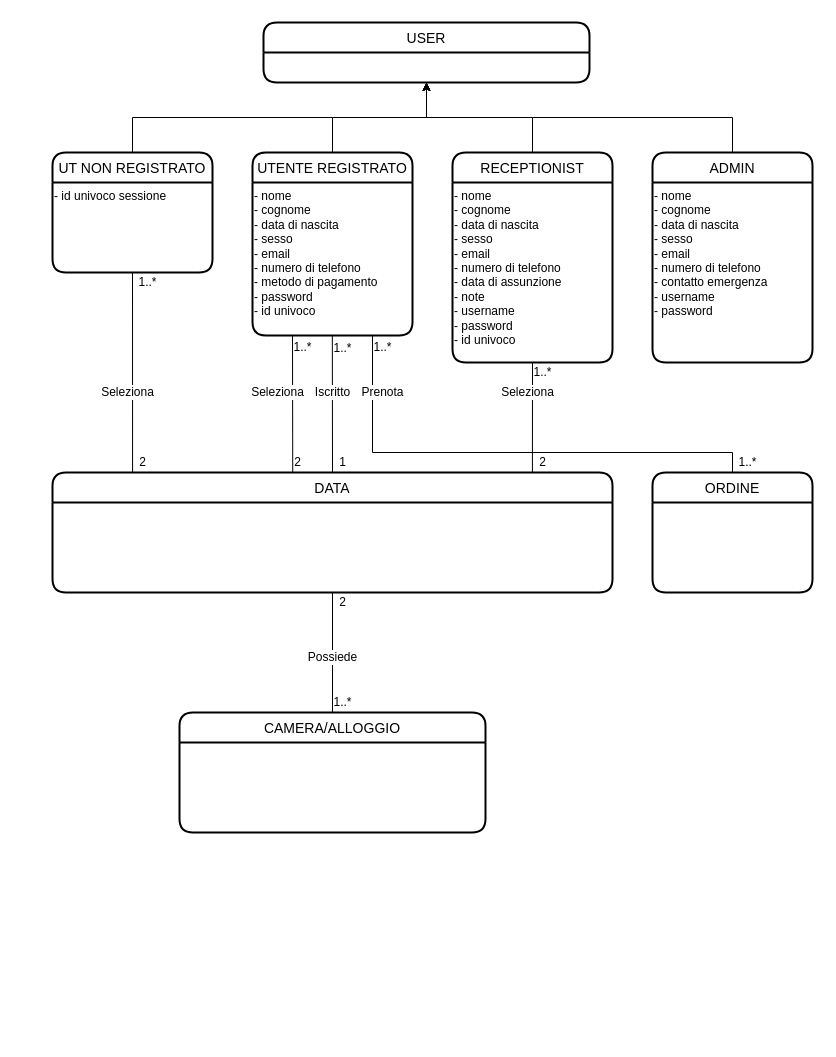
The draw.io diagram Documentazione/ModelloConcettuale2.drawio in riccardobeniamino/ProgWebGruppo3, before the edit. Source tidied: cells renumbered, new cells numbered last; positions are measured from the earlier drawing's top-left corner, leaving out a move shared by most shapes. Both pictures are drawn from the tidied source at 100%, with x=0, y=0 at pixel (52, 22).
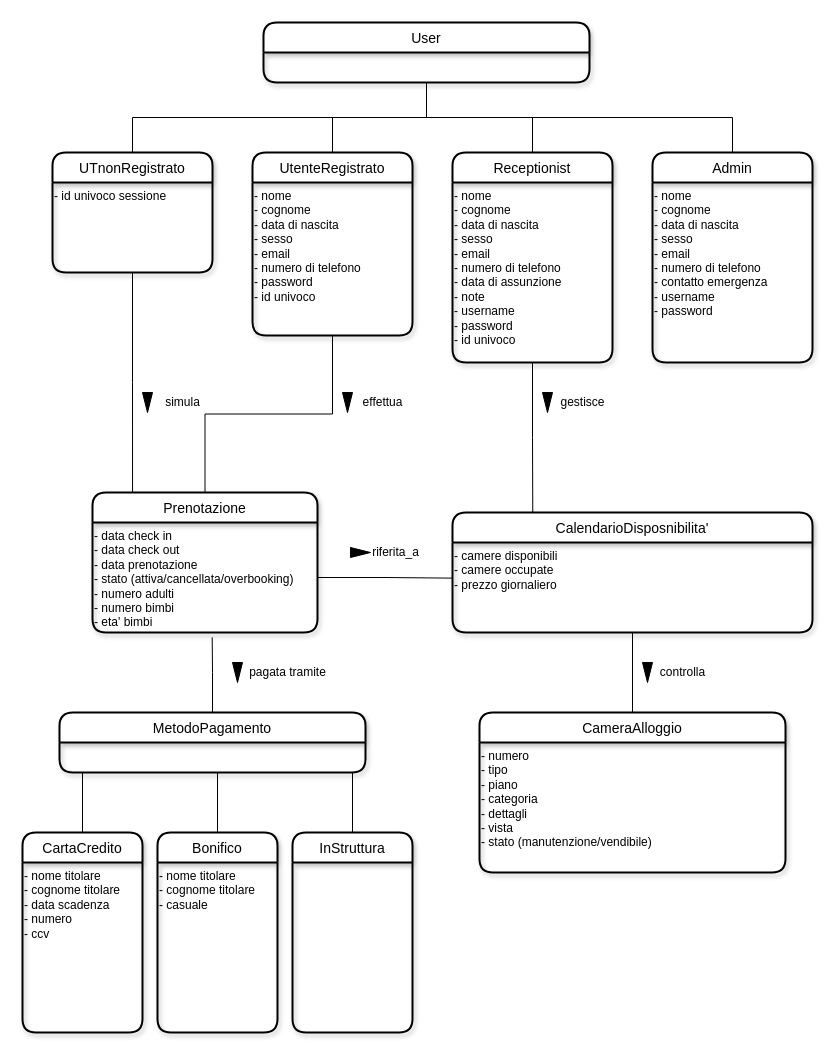
Above is the later version.

Unchanged cells that the change refers to:
```xml
<mxCell id="6" value="- id univoco sessione" style="text;html=1;align=left;verticalAlign=top;points=[];strokeColor=none;fillColor=none;shadow=0;" parent="5" vertex="1">
  <mxGeometry y="30" width="160" height="90" as="geometry" />
</mxCell>
<mxCell id="15" value="- nome&lt;br&gt;- cognome&lt;br&gt;- data di nascita&lt;br&gt;- sesso&lt;br&gt;- email&lt;br&gt;- numero di telefono&lt;br&gt;- data di assunzione&lt;br&gt;- note&lt;br&gt;- username&lt;br&gt;- password&lt;br&gt;- id univoco" style="text;html=1;align=left;verticalAlign=top;points=[];strokeColor=none;fillColor=none;" parent="14" vertex="1">
  <mxGeometry y="30" width="160" height="180" as="geometry" />
</mxCell>
```

What changed in the source:
```diff
@@
+    <mxCell id="44" style="edgeStyle=orthogonalEdgeStyle;rounded=0;jettySize=auto;html=1;exitX=0.5;exitY=1;exitDx=0;exitDy=0;entryX=0.5;entryY=0;entryDx=0;entryDy=0;endArrow=none;endFill=0;" parent="1" edge="1" source="2" target="5">
+      <mxGeometry relative="1" as="geometry" />
+    </mxCell>
-    <mxCell id="2" value="USER" style="swimlane;horizontal=1;startSize=30;rounded=1;fontSize=14;fontStyle=0;strokeWidth=2;shadow=0;dashed=0;align=center;gradientColor=none;" parent="1" vertex="1">
+    <mxCell id="2" value="User" style="swimlane;horizontal=1;startSize=30;rounded=1;fontSize=14;fontStyle=0;strokeWidth=2;shadow=1;dashed=0;align=center;gradientColor=none;" parent="1" vertex="1">
       <mxGeometry x="211" width="326" height="60" as="geometry" />
     </mxCell>
-    <mxCell id="3" style="edgeStyle=orthogonalEdgeStyle;rounded=0;jettySize=auto;html=1;exitX=0.5;exitY=0;exitDx=0;exitDy=0;entryX=0.5;entryY=1;entryDx=0;entryDy=0;" parent="1" edge="1" source="5" target="2">
-      <mxGeometry relative="1" as="geometry" />
-    </mxCell>
-    <mxCell id="4" style="edgeStyle=none;rounded=0;jettySize=auto;html=1;exitX=0.5;exitY=1;exitDx=0;exitDy=0;entryX=0.143;entryY=0;entryDx=0;entryDy=0;entryPerimeter=0;endArrow=none;endFill=0;" parent="1" edge="1" source="5" target="21">
-      <mxGeometry relative="1" as="geometry" />
-    </mxCell>
-    <mxCell id="5" value="UT NON REGISTRATO" style="swimlane;horizontal=1;startSize=30;rounded=1;fontSize=14;fontStyle=0;strokeWidth=2;shadow=0;dashed=0;align=center;gradientColor=none;" parent="1" vertex="1">
+    <mxCell id="5" value="UTnonRegistrato" style="swimlane;horizontal=1;startSize=30;rounded=1;fontSize=14;fontStyle=0;strokeWidth=2;shadow=1;dashed=0;align=center;gradientColor=none;" parent="1" vertex="1">
       <mxGeometry y="130" width="160" height="120" as="geometry" />
     </mxCell>
@@
-    <mxCell id="7" style="edgeStyle=orthogonalEdgeStyle;rounded=0;jettySize=auto;html=1;exitX=0.5;exitY=0;exitDx=0;exitDy=0;entryX=0.5;entryY=1;entryDx=0;entryDy=0;" parent="1" edge="1" source="10" target="2">
+    <mxCell id="7" style="edgeStyle=orthogonalEdgeStyle;rounded=0;jettySize=auto;html=1;exitX=0.5;exitY=0;exitDx=0;exitDy=0;entryX=0.5;entryY=1;entryDx=0;entryDy=0;endArrow=none;endFill=0;" parent="1" edge="1" source="10" target="2">
       <mxGeometry relative="1" as="geometry" />
     </mxCell>
-    <mxCell id="8" style="edgeStyle=none;rounded=0;jettySize=auto;html=1;exitX=0.25;exitY=1;exitDx=0;exitDy=0;entryX=0.429;entryY=0.013;entryDx=0;entryDy=0;entryPerimeter=0;endArrow=none;endFill=0;" parent="1" edge="1" source="10" target="21">
-      <mxGeometry relative="1" as="geometry" />
-    </mxCell>
-    <mxCell id="9" style="edgeStyle=none;rounded=0;jettySize=auto;html=1;exitX=0.499;exitY=1.003;exitDx=0;exitDy=0;entryX=0.5;entryY=0;entryDx=0;entryDy=0;endArrow=none;endFill=0;startArrow=none;exitPerimeter=0;" parent="1" edge="1" source="11" target="21">
-      <mxGeometry relative="1" as="geometry" />
-    </mxCell>
-    <mxCell id="10" value="UTENTE REGISTRATO" style="swimlane;horizontal=1;startSize=30;rounded=1;fontSize=14;fontStyle=0;strokeWidth=2;shadow=0;dashed=0;align=center;gradientColor=none;" parent="1" vertex="1">
+    <mxCell id="10" value="UtenteRegistrato" style="swimlane;horizontal=1;startSize=30;rounded=1;fontSize=14;fontStyle=0;strokeWidth=2;shadow=1;dashed=0;align=center;gradientColor=none;" parent="1" vertex="1">
       <mxGeometry x="200" y="130" width="160" height="183" as="geometry" />
     </mxCell>
-    <mxCell id="11" value="- nome&lt;br&gt;- cognome&lt;br&gt;- data di nascita&lt;br&gt;- sesso&lt;br&gt;- email&lt;br&gt;- numero di telefono&lt;br&gt;- metodo di pagamento&lt;br&gt;- password&lt;br&gt;- id univoco&lt;br&gt;&lt;div&gt;&lt;br&gt;&lt;/div&gt;" style="text;html=1;align=left;verticalAlign=top;points=[];strokeColor=none;fillColor=none;" parent="10" vertex="1">
+    <mxCell id="11" value="- nome&lt;br&gt;- cognome&lt;br&gt;- data di nascita&lt;br&gt;- sesso&lt;br&gt;- email&lt;br&gt;- numero di telefono&lt;br&gt;- password&lt;br&gt;- id univoco&lt;br&gt;&lt;div&gt;&lt;br&gt;&lt;/div&gt;" style="text;html=1;align=left;verticalAlign=top;points=[];strokeColor=none;fillColor=none;" parent="10" vertex="1">
       <mxGeometry y="30" width="160" height="153" as="geometry" />
     </mxCell>
-    <mxCell id="12" style="edgeStyle=orthogonalEdgeStyle;rounded=0;jettySize=auto;html=1;exitX=0.5;exitY=0;exitDx=0;exitDy=0;entryX=0.5;entryY=1;entryDx=0;entryDy=0;" parent="1" edge="1" source="14" target="2">
+    <mxCell id="12" style="edgeStyle=orthogonalEdgeStyle;rounded=0;jettySize=auto;html=1;exitX=0.5;exitY=0;exitDx=0;exitDy=0;entryX=0.5;entryY=1;entryDx=0;entryDy=0;endArrow=none;endFill=0;" parent="1" edge="1" source="14" target="2">
       <mxGeometry relative="1" as="geometry" />
     </mxCell>
-    <mxCell id="13" style="edgeStyle=none;rounded=0;jettySize=auto;html=1;exitX=0.5;exitY=1;exitDx=0;exitDy=0;entryX=0.857;entryY=0;entryDx=0;entryDy=0;entryPerimeter=0;endArrow=none;endFill=0;" parent="1" edge="1" source="14" target="21">
-      <mxGeometry relative="1" as="geometry" />
-    </mxCell>
-    <mxCell id="14" value="RECEPTIONIST" style="swimlane;horizontal=1;startSize=30;rounded=1;fontSize=14;fontStyle=0;strokeWidth=2;shadow=0;dashed=0;align=center;gradientColor=none;" parent="1" vertex="1">
+    <mxCell id="14" value="Receptionist" style="swimlane;horizontal=1;startSize=30;rounded=1;fontSize=14;fontStyle=0;strokeWidth=2;shadow=1;dashed=0;align=center;gradientColor=none;" parent="1" vertex="1">
       <mxGeometry x="400" y="130" width="160" height="210" as="geometry" />
     </mxCell>
@@
-    <mxCell id="16" style="edgeStyle=orthogonalEdgeStyle;rounded=0;jettySize=auto;html=1;exitX=0.5;exitY=0;exitDx=0;exitDy=0;entryX=0.5;entryY=1;entryDx=0;entryDy=0;" parent="1" edge="1" source="17" target="2">
+    <mxCell id="16" style="edgeStyle=orthogonalEdgeStyle;rounded=0;jettySize=auto;html=1;exitX=0.5;exitY=0;exitDx=0;exitDy=0;entryX=0.5;entryY=1;entryDx=0;entryDy=0;endArrow=none;endFill=0;" parent="1" edge="1" source="17" target="2">
       <mxGeometry relative="1" as="geometry" />
     </mxCell>
-    <mxCell id="17" value="ADMIN" style="swimlane;horizontal=1;startSize=30;rounded=1;fontSize=14;fontStyle=0;strokeWidth=2;shadow=0;dashed=0;align=center;gradientColor=none;" parent="1" vertex="1">
+    <mxCell id="17" value="Admin" style="swimlane;horizontal=1;startSize=30;rounded=1;fontSize=14;fontStyle=0;strokeWidth=2;shadow=1;dashed=0;align=center;gradientColor=none;" parent="1" vertex="1">
       <mxGeometry x="600" y="130" width="160" height="210" as="geometry" />
     </mxCell>
@@
-    <mxCell id="19" value="CAMERA/ALLOGGIO" style="swimlane;horizontal=1;startSize=30;rounded=1;fontSize=14;fontStyle=0;strokeWidth=2;shadow=0;dashed=0;align=center;gradientColor=none;" parent="1" vertex="1">
-      <mxGeometry x="127" y="690" width="306" height="120" as="geometry" />
+    <mxCell id="19" value="CameraAlloggio" style="swimlane;horizontal=1;startSize=30;rounded=1;fontSize=14;fontStyle=0;strokeWidth=2;shadow=1;dashed=0;align=center;gradientColor=none;" parent="1" vertex="1">
+      <mxGeometry x="427" y="690" width="306" height="160" as="geometry" />
     </mxCell>
+    <mxCell id="45" value="- numero&lt;br&gt;- tipo&amp;nbsp;&lt;br&gt;- piano&lt;br&gt;- categoria&lt;br&gt;- dettagli&lt;br&gt;- vista&lt;br&gt;- stato (manutenzione/vendibile)" style="text;html=1;align=left;verticalAlign=top;strokeColor=none;fillColor=none;" parent="19" vertex="1">
+      <mxGeometry y="30" width="306" height="130" as="geometry" />
+    </mxCell>
-    <mxCell id="20" style="edgeStyle=none;rounded=0;jettySize=auto;html=1;exitX=0.5;exitY=1;exitDx=0;exitDy=0;entryX=0.5;entryY=0;entryDx=0;entryDy=0;endArrow=none;endFill=0;" parent="1" edge="1" source="21" target="19">
+    <mxCell id="20" style="edgeStyle=orthogonalEdgeStyle;rounded=0;jettySize=auto;html=1;entryX=0.5;entryY=0;entryDx=0;entryDy=0;endArrow=none;endFill=0;" parent="1" edge="1" source="21" target="19">
       <mxGeometry relative="1" as="geometry" />
     </mxCell>
-    <mxCell id="21" value="DATA" style="swimlane;horizontal=1;startSize=30;rounded=1;fontSize=14;fontStyle=0;strokeWidth=2;shadow=0;dashed=0;align=center;gradientColor=none;" parent="1" vertex="1">
-      <mxGeometry y="450" width="560" height="120" as="geometry" />
+    <mxCell id="21" value="CalendarioDisposnibilita'" style="swimlane;horizontal=1;startSize=30;rounded=1;fontSize=14;fontStyle=0;strokeWidth=2;shadow=1;dashed=0;align=center;gradientColor=none;" parent="1" vertex="1">
+      <mxGeometry x="400" y="490" width="360" height="120" as="geometry" />
     </mxCell>
-    <mxCell id="22" value="Seleziona" style="text;html=1;align=center;verticalAlign=middle;strokeColor=none;fillColor=none;shadow=0;glass=0;labelBorderColor=none;labelBackgroundColor=default;" parent="1" vertex="1">
-      <mxGeometry x="190" y="360" width="70" height="20" as="geometry" />
-    </mxCell>
-    <mxCell id="23" value="Seleziona" style="text;html=1;align=center;verticalAlign=middle;strokeColor=none;fillColor=none;shadow=0;glass=0;labelBorderColor=none;labelBackgroundColor=default;" parent="1" vertex="1">
-      <mxGeometry x="40" y="360" width="70" height="20" as="geometry" />
-    </mxCell>
-    <mxCell id="24" value="Seleziona" style="text;html=1;align=center;verticalAlign=middle;strokeColor=none;fillColor=none;shadow=0;glass=0;labelBorderColor=none;labelBackgroundColor=default;" parent="1" vertex="1">
-      <mxGeometry x="440" y="360" width="70" height="20" as="geometry" />
-    </mxCell>
-    <mxCell id="25" value="Possiede" style="text;html=1;align=center;verticalAlign=middle;strokeColor=none;fillColor=none;shadow=0;glass=0;labelBorderColor=none;labelBackgroundColor=default;" parent="1" vertex="1">
-      <mxGeometry x="245" y="625" width="70" height="20" as="geometry" />
-    </mxCell>
-    <mxCell id="26" style="edgeStyle=none;rounded=0;jettySize=auto;html=1;exitX=0.5;exitY=0;exitDx=0;exitDy=0;endArrow=none;endFill=0;" parent="1" edge="1" source="27">
-      <mxGeometry relative="1" as="geometry">
-        <mxPoint x="680" y="430" as="targetPoint" />
-      </mxGeometry>
-    </mxCell>
+    <mxCell id="46" value="- camere disponibili&lt;br&gt;- camere occupate&lt;br&gt;- prezzo giornaliero" style="text;html=1;align=left;verticalAlign=top;points=[];strokeColor=none;fillColor=none;" parent="21" vertex="1">
+      <mxGeometry y="30" width="360" height="90" as="geometry" />
+    </mxCell>
-    <mxCell id="27" value="ORDINE" style="swimlane;horizontal=1;startSize=30;rounded=1;fontSize=14;fontStyle=0;strokeWidth=2;shadow=0;dashed=0;align=center;gradientColor=none;" parent="1" vertex="1">
-      <mxGeometry x="600" y="450" width="160" height="120" as="geometry" />
+    <mxCell id="27" value="Prenotazione" style="swimlane;horizontal=1;startSize=30;rounded=1;fontSize=14;fontStyle=0;strokeWidth=2;shadow=1;dashed=0;align=center;gradientColor=none;" parent="1" vertex="1">
+      <mxGeometry x="40" y="470" width="225" height="140" as="geometry" />
     </mxCell>
-    <mxCell id="28" style="endArrow=none;html=1;rounded=0;entryX=0.75;entryY=1;entryDx=0;entryDy=0;" parent="1" edge="1" target="10">
-      <mxGeometry relative="1" as="geometry">
-        <mxPoint x="320" y="430" as="sourcePoint" />
-      </mxGeometry>
-    </mxCell>
-    <mxCell id="29" style="endArrow=none;html=1;rounded=0;" parent="1" edge="1">
-      <mxGeometry relative="1" as="geometry">
-        <mxPoint x="320" y="430" as="sourcePoint" />
-        <mxPoint x="680" y="430" as="targetPoint" />
-      </mxGeometry>
-    </mxCell>
-    <mxCell id="30" value="Prenota" style="text;html=1;align=center;verticalAlign=middle;strokeColor=none;fillColor=none;shadow=0;glass=0;labelBorderColor=none;labelBackgroundColor=default;" parent="1" vertex="1">
-      <mxGeometry x="300" y="360" width="60" height="20" as="geometry" />
-    </mxCell>
-    <mxCell id="31" value="Iscritto" style="text;html=1;align=center;verticalAlign=middle;strokeColor=none;fillColor=none;shadow=0;glass=0;labelBorderColor=none;labelBackgroundColor=default;" parent="1" vertex="1">
-      <mxGeometry x="255" y="360" width="50" height="20" as="geometry" />
-    </mxCell>
-    <mxCell id="32" value="1..*" style="text;html=1;align=center;verticalAlign=middle;strokeColor=none;fillColor=none;shadow=0;glass=0;labelBorderColor=none;labelBackgroundColor=default;" parent="1" vertex="1">
-      <mxGeometry x="80" y="250" width="30" height="20" as="geometry" />
-    </mxCell>
-    <mxCell id="33" value="1..*" style="text;html=1;align=center;verticalAlign=middle;strokeColor=none;fillColor=none;shadow=0;glass=0;labelBorderColor=none;labelBackgroundColor=default;" parent="1" vertex="1">
-      <mxGeometry x="235" y="315" width="30" height="20" as="geometry" />
-    </mxCell>
-    <mxCell id="34" value="1..*" style="text;html=1;align=center;verticalAlign=middle;strokeColor=none;fillColor=none;shadow=0;glass=0;labelBorderColor=none;labelBackgroundColor=default;" parent="1" vertex="1">
-      <mxGeometry x="315" y="315" width="30" height="20" as="geometry" />
-    </mxCell>
-    <mxCell id="35" value="1..*" style="text;html=1;align=center;verticalAlign=middle;strokeColor=none;fillColor=none;shadow=0;glass=0;labelBorderColor=none;labelBackgroundColor=default;" parent="1" vertex="1">
-      <mxGeometry x="475" y="340" width="30" height="20" as="geometry" />
-    </mxCell>
-    <mxCell id="36" value="2" style="text;html=1;align=center;verticalAlign=middle;strokeColor=none;fillColor=none;shadow=0;glass=0;labelBorderColor=none;labelBackgroundColor=default;" parent="1" vertex="1">
-      <mxGeometry x="80" y="430" width="20" height="20" as="geometry" />
-    </mxCell>
-    <mxCell id="37" value="2" style="text;html=1;align=center;verticalAlign=middle;strokeColor=none;fillColor=none;shadow=0;glass=0;labelBorderColor=none;labelBackgroundColor=default;" parent="1" vertex="1">
-      <mxGeometry x="235" y="430" width="20" height="20" as="geometry" />
-    </mxCell>
-    <mxCell id="38" value="1" style="text;html=1;align=center;verticalAlign=middle;strokeColor=none;fillColor=none;shadow=0;glass=0;labelBorderColor=none;labelBackgroundColor=default;" parent="1" vertex="1">
-      <mxGeometry x="280" y="430" width="20" height="20" as="geometry" />
-    </mxCell>
-    <mxCell id="39" value="2" style="text;html=1;align=center;verticalAlign=middle;strokeColor=none;fillColor=none;shadow=0;glass=0;labelBorderColor=none;labelBackgroundColor=default;" parent="1" vertex="1">
-      <mxGeometry x="480" y="430" width="20" height="20" as="geometry" />
-    </mxCell>
-    <mxCell id="40" value="1..*" style="text;html=1;align=center;verticalAlign=middle;strokeColor=none;fillColor=none;shadow=0;glass=0;labelBorderColor=none;labelBackgroundColor=default;" parent="1" vertex="1">
-      <mxGeometry x="680" y="430" width="30" height="20" as="geometry" />
-    </mxCell>
-    <mxCell id="41" value="1..*" style="text;html=1;align=center;verticalAlign=middle;strokeColor=none;fillColor=none;shadow=0;glass=0;labelBorderColor=none;labelBackgroundColor=default;" parent="1" vertex="1">
-      <mxGeometry x="275" y="670" width="30" height="20" as="geometry" />
-    </mxCell>
-    <mxCell id="42" value="2" style="text;html=1;align=center;verticalAlign=middle;strokeColor=none;fillColor=none;shadow=0;glass=0;labelBorderColor=none;labelBackgroundColor=default;" parent="1" vertex="1">
-      <mxGeometry x="280" y="570" width="20" height="20" as="geometry" />
-    </mxCell>
-    <mxCell id="43" value="1..*" style="text;html=1;align=center;verticalAlign=middle;strokeColor=none;fillColor=none;shadow=0;glass=0;labelBorderColor=none;labelBackgroundColor=default;" parent="1" vertex="1">
-      <mxGeometry x="210" y="325" width="160" as="geometry" />
-    </mxCell>
+    <mxCell id="47" value="- data check in&lt;br&gt;- data check out&lt;br&gt;- data prenotazione&lt;br&gt;- stato (attiva/cancellata/overbooking)&lt;br&gt;- numero adulti&lt;br&gt;- numero bimbi&lt;br&gt;- eta' bimbi" style="text;html=1;align=left;verticalAlign=top;points=[];strokeColor=none;fillColor=none;" parent="27" vertex="1">
+      <mxGeometry y="30" width="225" height="110" as="geometry" />
+    </mxCell>
+    <mxCell id="48" style="edgeStyle=orthogonalEdgeStyle;rounded=0;jettySize=auto;html=1;entryX=0.5;entryY=0;entryDx=0;entryDy=0;endArrow=none;endFill=0;" parent="1" edge="1" source="11" target="27">
+      <mxGeometry relative="1" as="geometry" />
+    </mxCell>
+    <mxCell id="49" style="triangle;whiteSpace=wrap;html=1;direction=south;fillColor=#000000;" parent="1" vertex="1">
+      <mxGeometry x="290" y="370" width="10" height="20" as="geometry" />
+    </mxCell>
+    <mxCell id="50" value="effettua" style="text;html=1;align=center;verticalAlign=middle;strokeColor=none;fillColor=none;" parent="1" vertex="1">
+      <mxGeometry x="300" y="370" width="60" height="20" as="geometry" />
+    </mxCell>
+    <mxCell id="51" style="triangle;whiteSpace=wrap;html=1;direction=south;fillColor=#000000;" parent="1" vertex="1">
+      <mxGeometry x="90" y="370" width="10" height="20" as="geometry" />
+    </mxCell>
+    <mxCell id="52" value="simula" style="text;html=1;align=center;verticalAlign=middle;strokeColor=none;fillColor=none;" parent="1" vertex="1">
+      <mxGeometry x="105" y="370" width="50" height="20" as="geometry" />
+    </mxCell>
+    <mxCell id="53" style="edgeStyle=orthogonalEdgeStyle;rounded=0;jettySize=auto;html=1;endArrow=none;endFill=0;entryX=0.178;entryY=0;entryDx=0;entryDy=0;entryPerimeter=0;" parent="1" edge="1" source="6" target="27">
+      <mxGeometry relative="1" as="geometry" />
+    </mxCell>
+    <mxCell id="54" style="edgeStyle=orthogonalEdgeStyle;rounded=0;jettySize=auto;html=1;exitX=0.5;exitY=0;exitDx=0;exitDy=0;entryX=0.532;entryY=1.044;entryDx=0;entryDy=0;entryPerimeter=0;endArrow=none;endFill=0;" parent="1" edge="1" source="55" target="47">
+      <mxGeometry relative="1" as="geometry" />
+    </mxCell>
+    <mxCell id="55" value="MetodoPagamento" style="swimlane;horizontal=1;startSize=30;rounded=1;fontSize=14;fontStyle=0;strokeWidth=2;shadow=1;dashed=0;align=center;gradientColor=none;" parent="1" vertex="1">
+      <mxGeometry x="7" y="690" width="306" height="60" as="geometry" />
+    </mxCell>
+    <mxCell id="56" style="edgeStyle=orthogonalEdgeStyle;rounded=0;jettySize=auto;html=1;exitX=0.5;exitY=0;exitDx=0;exitDy=0;endArrow=none;endFill=0;" parent="1" edge="1" source="57">
+      <mxGeometry relative="1" as="geometry">
+        <mxPoint x="30" y="750" as="targetPoint" />
+      </mxGeometry>
+    </mxCell>
+    <mxCell id="57" value="CartaCredito" style="swimlane;horizontal=1;startSize=30;rounded=1;fontSize=14;fontStyle=0;strokeWidth=2;shadow=1;dashed=0;align=center;gradientColor=none;" parent="1" vertex="1">
+      <mxGeometry x="-30" y="810" width="120" height="200" as="geometry" />
+    </mxCell>
+    <mxCell id="58" value="- nome titolare&lt;br&gt;- cognome titolare&lt;br&gt;- data scadenza&lt;br&gt;- numero&lt;br&gt;&lt;div&gt;&lt;span&gt;- ccv&lt;/span&gt;&lt;/div&gt;" style="text;html=1;align=left;verticalAlign=top;strokeColor=none;fillColor=none;" parent="57" vertex="1">
+      <mxGeometry y="30" width="120" height="170" as="geometry" />
+    </mxCell>
+    <mxCell id="59" style="edgeStyle=orthogonalEdgeStyle;rounded=0;jettySize=auto;html=1;exitX=0.5;exitY=0;exitDx=0;exitDy=0;endArrow=none;endFill=0;" parent="1" edge="1" source="60">
+      <mxGeometry relative="1" as="geometry">
+        <mxPoint x="165" y="750" as="targetPoint" />
+      </mxGeometry>
+    </mxCell>
+    <mxCell id="60" value="Bonifico" style="swimlane;horizontal=1;startSize=30;rounded=1;fontSize=14;fontStyle=0;strokeWidth=2;shadow=1;dashed=0;align=center;gradientColor=none;" parent="1" vertex="1">
+      <mxGeometry x="105" y="810" width="120" height="200" as="geometry" />
+    </mxCell>
+    <mxCell id="61" value="- nome titolare&lt;br&gt;- cognome titolare&lt;br&gt;- casuale" style="text;html=1;align=left;verticalAlign=top;strokeColor=none;fillColor=none;" parent="60" vertex="1">
+      <mxGeometry y="30" width="120" height="170" as="geometry" />
+    </mxCell>
+    <mxCell id="62" style="edgeStyle=orthogonalEdgeStyle;rounded=0;jettySize=auto;html=1;exitX=0.5;exitY=0;exitDx=0;exitDy=0;endArrow=none;endFill=0;" parent="1" edge="1" source="63">
+      <mxGeometry relative="1" as="geometry">
+        <mxPoint x="300" y="750" as="targetPoint" />
+      </mxGeometry>
+    </mxCell>
+    <mxCell id="63" value="InStruttura" style="swimlane;horizontal=1;startSize=30;rounded=1;fontSize=14;fontStyle=0;strokeWidth=2;shadow=1;dashed=0;align=center;gradientColor=none;" parent="1" vertex="1">
+      <mxGeometry x="240" y="810" width="120" height="200" as="geometry" />
+    </mxCell>
+    <mxCell id="64" style="edgeStyle=orthogonalEdgeStyle;rounded=0;jettySize=auto;html=1;entryX=0.223;entryY=0;entryDx=0;entryDy=0;entryPerimeter=0;endArrow=none;endFill=0;" parent="1" edge="1" source="15" target="21">
+      <mxGeometry relative="1" as="geometry" />
+    </mxCell>
+    <mxCell id="65" style="triangle;whiteSpace=wrap;html=1;direction=south;fillColor=#000000;" parent="1" vertex="1">
+      <mxGeometry x="490" y="370" width="10" height="20" as="geometry" />
+    </mxCell>
+    <mxCell id="66" value="gestisce" style="text;html=1;align=center;verticalAlign=middle;strokeColor=none;fillColor=none;" parent="1" vertex="1">
+      <mxGeometry x="500" y="370" width="60" height="20" as="geometry" />
+    </mxCell>
+    <mxCell id="67" style="triangle;whiteSpace=wrap;html=1;direction=south;fillColor=#000000;" parent="1" vertex="1">
+      <mxGeometry x="180" y="640" width="10" height="20" as="geometry" />
+    </mxCell>
+    <mxCell id="68" value="pagata tramite" style="text;html=1;align=center;verticalAlign=middle;strokeColor=none;fillColor=none;" parent="1" vertex="1">
+      <mxGeometry x="190" y="640" width="90" height="20" as="geometry" />
+    </mxCell>
+    <mxCell id="69" style="triangle;whiteSpace=wrap;html=1;direction=south;fillColor=#000000;rotation=-90;" parent="1" vertex="1">
+      <mxGeometry x="303" y="520" width="10" height="20" as="geometry" />
+    </mxCell>
+    <mxCell id="70" value="riferita_a" style="text;html=1;align=center;verticalAlign=middle;strokeColor=none;fillColor=none;" parent="1" vertex="1">
+      <mxGeometry x="313" y="520" width="60" height="20" as="geometry" />
+    </mxCell>
+    <mxCell id="71" style="triangle;whiteSpace=wrap;html=1;direction=south;fillColor=#000000;" parent="1" vertex="1">
+      <mxGeometry x="590" y="640" width="10" height="20" as="geometry" />
+    </mxCell>
+    <mxCell id="72" value="controlla" style="text;html=1;align=center;verticalAlign=middle;strokeColor=none;fillColor=none;" parent="1" vertex="1">
+      <mxGeometry x="600" y="640" width="60" height="20" as="geometry" />
+    </mxCell>
+    <mxCell id="73" style="edgeStyle=orthogonalEdgeStyle;rounded=0;jettySize=auto;html=1;entryX=0.001;entryY=0.396;entryDx=0;entryDy=0;entryPerimeter=0;endArrow=none;endFill=0;" parent="1" edge="1" source="47" target="46">
+      <mxGeometry relative="1" as="geometry" />
+    </mxCell>
```
